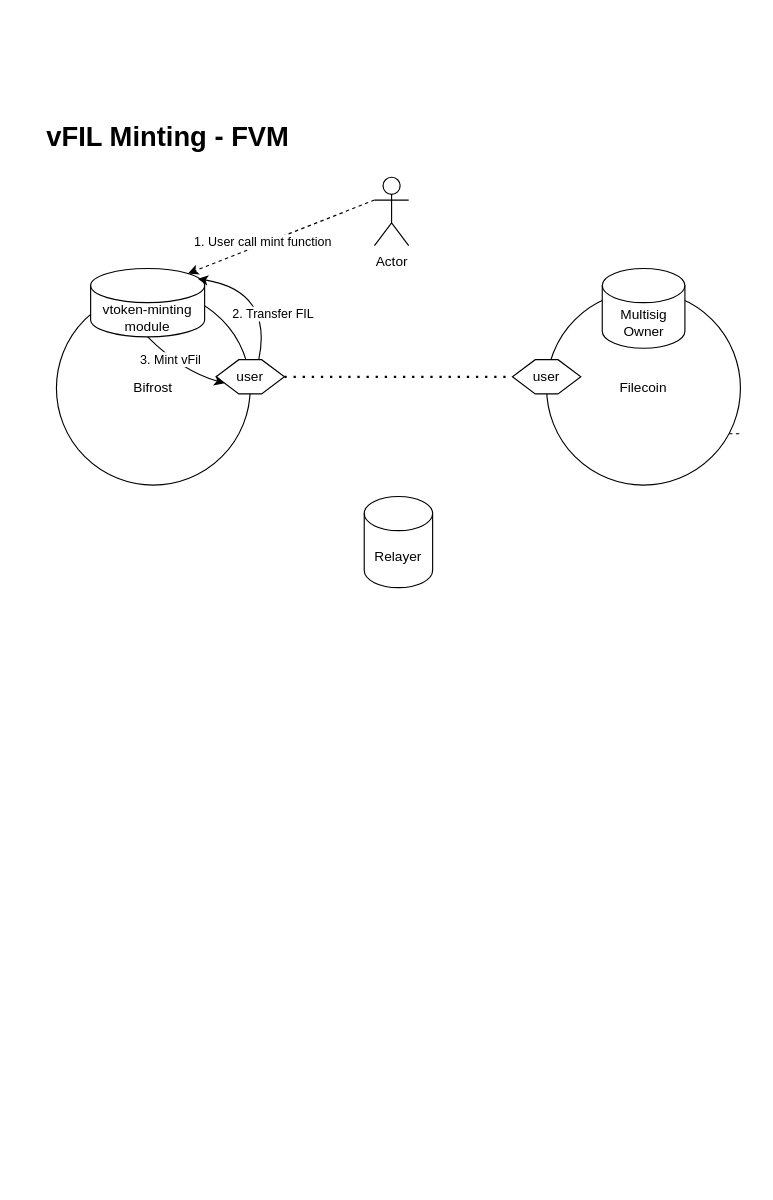
The draw.io diagram vfil-minting-FVM.drawio in herryho/flowchars, before the edit. Source tidied: cells renumbered, new cells numbered last; positions are measured from the earlier drawing's top-left corner, leaving out a move shared by most shapes. Both pictures are drawn from the tidied source at 114%, with x=0, y=0 at pixel (19, 120).
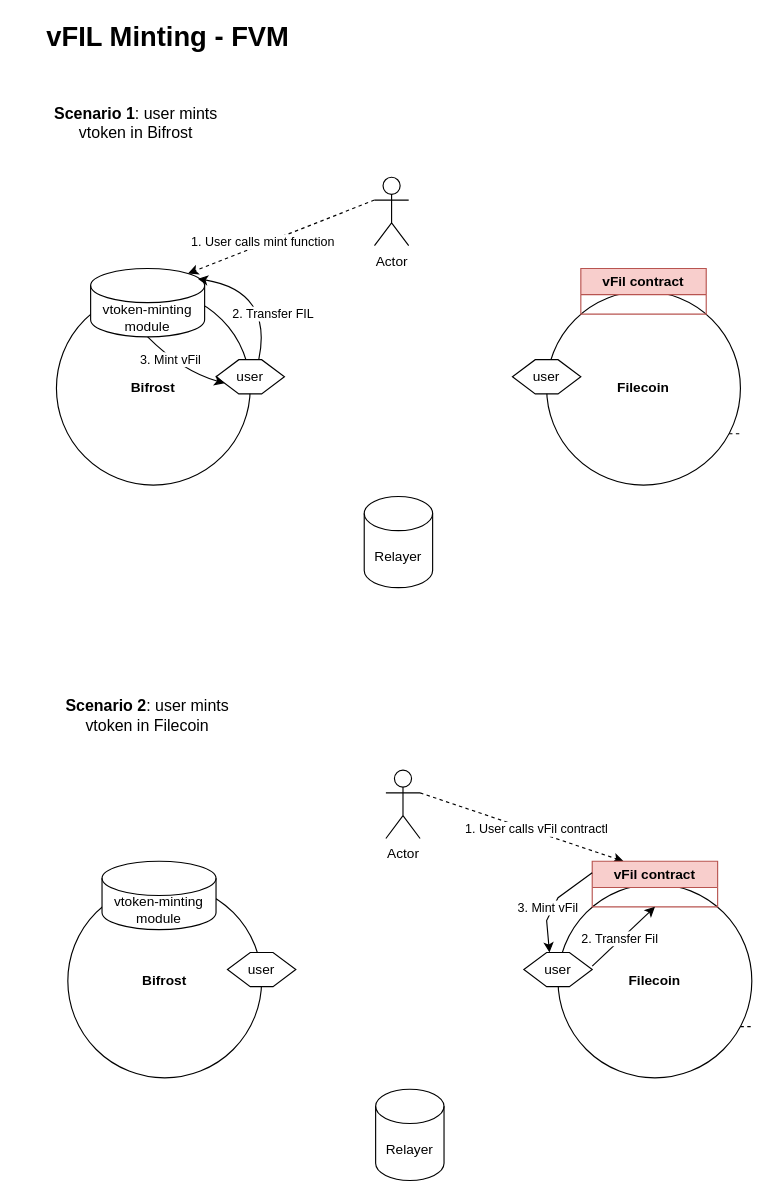
After the change.

The change refers to these unchanged cells:
```xml
<mxCell id="5" value="user" style="shape=hexagon;perimeter=hexagonPerimeter2;whiteSpace=wrap;html=1;fixedSize=1;" parent="1" vertex="1">
  <mxGeometry x="172" y="210" width="60" height="30" as="geometry" />
</mxCell>
<mxCell id="6" value="user" style="shape=hexagon;perimeter=hexagonPerimeter2;whiteSpace=wrap;html=1;fixedSize=1;" parent="1" vertex="1">
  <mxGeometry x="432" y="210" width="60" height="30" as="geometry" />
</mxCell>
<mxCell id="14" style="endArrow=classic;html=1;rounded=0;exitX=0;exitY=0.3333333333333333;exitDx=0;exitDy=0;exitPerimeter=0;entryX=0.855;entryY=0;entryDx=0;entryDy=4.35;entryPerimeter=0;dashed=1;" parent="1" edge="1" source="13" target="9">
  <mxGeometry relative="1" as="geometry" />
</mxCell>
```

The edit, as a diff of the source:
```diff
@@
     <mxCell id="2" value="vFIL Minting - FVM" style="text;html=1;strokeColor=none;fillColor=none;align=center;verticalAlign=middle;whiteSpace=wrap;rounded=0;fontStyle=1;fontSize=24;" parent="1" vertex="1">
-      <mxGeometry width="260" height="30" as="geometry" />
+      <mxGeometry y="-88" width="260" height="30" as="geometry" />
     </mxCell>
-    <mxCell id="3" value="Bifrost" style="ellipse;whiteSpace=wrap;html=1;" parent="1" vertex="1">
+    <mxCell id="3" value="&lt;b&gt;Bifrost&lt;/b&gt;" style="ellipse;whiteSpace=wrap;html=1;" parent="1" vertex="1">
       <mxGeometry x="32" y="150" width="170" height="170" as="geometry" />
     </mxCell>
-    <mxCell id="4" value="Filecoin" style="ellipse;whiteSpace=wrap;html=1;" parent="1" vertex="1">
+    <mxCell id="4" value="&lt;b&gt;Filecoin&lt;/b&gt;" style="ellipse;whiteSpace=wrap;html=1;" parent="1" vertex="1">
       <mxGeometry x="462" y="150" width="170" height="170" as="geometry" />
     </mxCell>
@@
-    <mxCell id="7" style="endArrow=none;dashed=1;html=1;dashPattern=1 3;strokeWidth=2;rounded=0;exitX=1;exitY=0.5;exitDx=0;exitDy=0;entryX=0;entryY=0.5;entryDx=0;entryDy=0;" parent="1" edge="1" source="5" target="6">
-      <mxGeometry relative="1" as="geometry" />
-    </mxCell>
-    <mxCell id="8" value="Multisig&lt;br&gt;Owner" style="shape=cylinder3;whiteSpace=wrap;html=1;boundedLbl=1;backgroundOutline=1;size=15;" parent="1" vertex="1">
-      <mxGeometry x="510.8" y="130" width="72.5" height="70" as="geometry" />
-    </mxCell>
@@
-    <mxCell id="15" value="1. User call mint function" style="edgeLabel;html=1;align=center;verticalAlign=middle;" parent="14" vertex="1">
+    <mxCell id="15" value="1. User calls mint function" style="edgeLabel;html=1;align=center;verticalAlign=middle;" parent="14" vertex="1">
       <mxGeometry x="0.2" y="-2" relative="1" as="geometry" />
     </mxCell>
@@
+    <mxCell id="17" value="&lt;font style=&quot;font-size: 14px;&quot;&gt;&lt;b&gt;Scenario 1&lt;/b&gt;: user mints vtoken in Bifrost&lt;/font&gt;" style="text;html=1;strokeColor=none;fillColor=none;align=center;verticalAlign=middle;whiteSpace=wrap;rounded=0;strokeWidth=5;" parent="1" vertex="1">
+      <mxGeometry x="22" y="-28" width="160" height="60" as="geometry" />
+    </mxCell>
+    <mxCell id="18" value="vFil contract" style="swimlane;whiteSpace=wrap;html=1;fillColor=#f8cecc;strokeColor=#b85450;" parent="1" vertex="1">
+      <mxGeometry x="492" y="130" width="110" height="40" as="geometry" />
+    </mxCell>
+    <mxCell id="19" value="&lt;b&gt;Bifrost&lt;/b&gt;" style="ellipse;whiteSpace=wrap;html=1;" parent="1" vertex="1">
+      <mxGeometry x="42" y="670" width="170" height="170" as="geometry" />
+    </mxCell>
+    <mxCell id="20" value="&lt;b&gt;Filecoin&lt;/b&gt;" style="ellipse;whiteSpace=wrap;html=1;" parent="1" vertex="1">
+      <mxGeometry x="472" y="670" width="170" height="170" as="geometry" />
+    </mxCell>
+    <mxCell id="21" value="user" style="shape=hexagon;perimeter=hexagonPerimeter2;whiteSpace=wrap;html=1;fixedSize=1;" parent="1" vertex="1">
+      <mxGeometry x="182" y="730" width="60" height="30" as="geometry" />
+    </mxCell>
+    <mxCell id="22" value="user" style="shape=hexagon;perimeter=hexagonPerimeter2;whiteSpace=wrap;html=1;fixedSize=1;" parent="1" vertex="1">
+      <mxGeometry x="442" y="730" width="60" height="30" as="geometry" />
+    </mxCell>
+    <mxCell id="23" value="vtoken-minting module" style="shape=cylinder3;whiteSpace=wrap;html=1;boundedLbl=1;backgroundOutline=1;size=15;" parent="1" vertex="1">
+      <mxGeometry x="72" y="650" width="100" height="60" as="geometry" />
+    </mxCell>
+    <mxCell id="24" value="Relayer" style="shape=cylinder3;whiteSpace=wrap;html=1;boundedLbl=1;backgroundOutline=1;size=15;" parent="1" vertex="1">
+      <mxGeometry x="312" y="850" width="60" height="80" as="geometry" />
+    </mxCell>
+    <mxCell id="25" style="endArrow=none;dashed=1;html=1;rounded=0;exitX=1;exitY=0.5;exitDx=0;exitDy=0;" parent="1" edge="1">
+      <mxGeometry relative="1" as="geometry">
+        <mxPoint x="632" y="795" as="sourcePoint" />
+        <mxPoint x="642" y="795" as="targetPoint" />
+      </mxGeometry>
+    </mxCell>
+    <mxCell id="26" value="Actor" style="shape=umlActor;verticalLabelPosition=bottom;verticalAlign=top;html=1;outlineConnect=0;" parent="1" vertex="1">
+      <mxGeometry x="321" y="570" width="30" height="60" as="geometry" />
+    </mxCell>
+    <mxCell id="27" style="endArrow=classic;html=1;rounded=0;exitX=1;exitY=0.3333333333333333;exitDx=0;exitDy=0;exitPerimeter=0;entryX=0.25;entryY=0;entryDx=0;entryDy=0;dashed=1;" parent="1" edge="1" source="26" target="30">
+      <mxGeometry relative="1" as="geometry" />
+    </mxCell>
+    <mxCell id="28" value="1. User calls vFil contractl" style="edgeLabel;html=1;align=center;verticalAlign=middle;" parent="27" vertex="1">
+      <mxGeometry x="0.2" y="-2" relative="1" as="geometry">
+        <mxPoint x="-5" y="-6" as="offset" />
+      </mxGeometry>
+    </mxCell>
+    <mxCell id="29" value="&lt;font style=&quot;font-size: 14px;&quot;&gt;&lt;b&gt;Scenario 2&lt;/b&gt;: user mints vtoken in Filecoin&lt;/font&gt;" style="text;html=1;strokeColor=none;fillColor=none;align=center;verticalAlign=middle;whiteSpace=wrap;rounded=0;strokeWidth=5;" parent="1" vertex="1">
+      <mxGeometry x="32" y="492" width="160" height="60" as="geometry" />
+    </mxCell>
+    <mxCell id="30" value="vFil contract" style="swimlane;whiteSpace=wrap;html=1;fillColor=#f8cecc;strokeColor=#b85450;" parent="1" vertex="1">
+      <mxGeometry x="502" y="650" width="110" height="40" as="geometry" />
+    </mxCell>
+    <mxCell id="31" value="3. Mint vFil" style="endArrow=classic;html=1;rounded=0;exitX=0;exitY=0.25;exitDx=0;exitDy=0;entryX=0.375;entryY=0;entryDx=0;entryDy=0;" parent="1" edge="1" source="30" target="22">
+      <mxGeometry x="0.13" y="-4" relative="1" as="geometry">
+        <Array as="points">
+          <mxPoint x="472" y="682" />
+          <mxPoint x="462" y="702" />
+        </Array>
+        <mxPoint y="-1" as="offset" />
+      </mxGeometry>
+    </mxCell>
+    <mxCell id="32" style="endArrow=classic;html=1;rounded=0;entryX=0.5;entryY=1;entryDx=0;entryDy=0;" parent="1" edge="1" target="30">
+      <mxGeometry relative="1" as="geometry">
+        <mxPoint x="502" y="742" as="sourcePoint" />
+      </mxGeometry>
+    </mxCell>
+    <mxCell id="33" value="2. Transfer Fil" style="edgeLabel;html=1;align=center;verticalAlign=middle;" parent="32" vertex="1">
+      <mxGeometry x="-0.11" y="2" relative="1" as="geometry" />
+    </mxCell>
```
